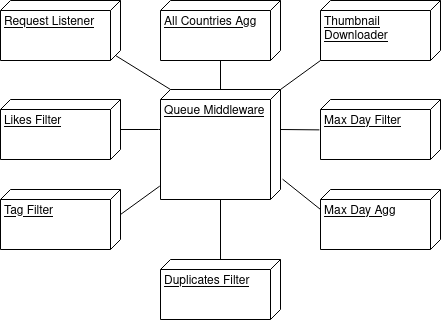
The draw.io diagram imgs/despliegue.png in FrancoBar/Distribuidos-Tp2, before a commit. Source tidied: cells renumbered, new cells last; positions are measured from the earlier drawing's top-left corner, leaving out a move shared by most shapes. Source of this version:
```xml
<mxGraphModel>
  <root>
    <mxCell id="0" />
    <mxCell id="1" parent="0" />
    <mxCell id="2" value="Queue Middleware" style="verticalAlign=top;align=left;spacingTop=8;spacingLeft=2;spacingRight=12;shape=cube;size=10;direction=south;fontStyle=4;html=1;" parent="1" vertex="1">
      <mxGeometry x="160" y="89" width="120" height="110" as="geometry" />
    </mxCell>
    <mxCell id="3" style="edgeStyle=orthogonalEdgeStyle;rounded=0;jettySize=auto;html=1;endArrow=none;endFill=0;" parent="1" edge="1" source="4" target="2">
      <mxGeometry relative="1" as="geometry" />
    </mxCell>
    <mxCell id="4" value="All Countries Agg" style="verticalAlign=top;align=left;spacingTop=8;spacingLeft=2;spacingRight=12;shape=cube;size=10;direction=south;fontStyle=4;html=1;" parent="1" vertex="1">
      <mxGeometry x="160" width="120" height="60" as="geometry" />
    </mxCell>
    <mxCell id="5" value="Request Listener" style="verticalAlign=top;align=left;spacingTop=8;spacingLeft=2;spacingRight=12;shape=cube;size=10;direction=south;fontStyle=4;html=1;" parent="1" vertex="1">
      <mxGeometry width="120" height="60" as="geometry" />
    </mxCell>
    <mxCell id="6" style="edgeStyle=orthogonalEdgeStyle;rounded=0;jettySize=auto;html=1;endArrow=none;endFill=0;" parent="1" edge="1" source="7">
      <mxGeometry relative="1" as="geometry">
        <mxPoint x="160" y="129" as="targetPoint" />
        <Array as="points">
          <mxPoint x="158" y="129" />
        </Array>
      </mxGeometry>
    </mxCell>
    <mxCell id="7" value="Likes Filter" style="verticalAlign=top;align=left;spacingTop=8;spacingLeft=2;spacingRight=12;shape=cube;size=10;direction=south;fontStyle=4;html=1;" parent="1" vertex="1">
      <mxGeometry y="99" width="120" height="60" as="geometry" />
    </mxCell>
    <mxCell id="8" value="&lt;div&gt;&lt;u&gt;Thumbnail&lt;/u&gt;&lt;/div&gt;&lt;div&gt;&lt;u&gt;Downloader&lt;/u&gt;&lt;/div&gt;" style="verticalAlign=top;align=left;spacingTop=8;spacingLeft=2;spacingRight=12;shape=cube;size=10;direction=south;fontStyle=4;html=1;" parent="1" vertex="1">
      <mxGeometry x="320" width="120" height="60" as="geometry" />
    </mxCell>
    <mxCell id="9" value="Tag Filter" style="verticalAlign=top;align=left;spacingTop=8;spacingLeft=2;spacingRight=12;shape=cube;size=10;direction=south;fontStyle=4;html=1;" parent="1" vertex="1">
      <mxGeometry y="189" width="120" height="60" as="geometry" />
    </mxCell>
    <mxCell id="10" value="Max Day Filter" style="verticalAlign=top;align=left;spacingTop=8;spacingLeft=2;spacingRight=12;shape=cube;size=10;direction=south;fontStyle=4;html=1;" parent="1" vertex="1">
      <mxGeometry x="320" y="99" width="120" height="60" as="geometry" />
    </mxCell>
    <mxCell id="11" value="Max Day Agg" style="verticalAlign=top;align=left;spacingTop=8;spacingLeft=2;spacingRight=12;shape=cube;size=10;direction=south;fontStyle=4;html=1;" parent="1" vertex="1">
      <mxGeometry x="320" y="189" width="120" height="60" as="geometry" />
    </mxCell>
    <mxCell id="12" value="Duplicates Filter" style="verticalAlign=top;align=left;spacingTop=8;spacingLeft=2;spacingRight=12;shape=cube;size=10;direction=south;fontStyle=4;html=1;" parent="1" vertex="1">
      <mxGeometry x="160" y="259" width="120" height="60" as="geometry" />
    </mxCell>
    <mxCell id="13" style="endArrow=none;html=1;rounded=0;entryX=0;entryY=0;entryDx=55;entryDy=5;entryPerimeter=0;exitX=0;exitY=0;exitDx=0;exitDy=110;exitPerimeter=0;" parent="1" edge="1" source="2" target="5">
      <mxGeometry relative="1" as="geometry" />
    </mxCell>
    <mxCell id="14" style="endArrow=none;html=1;rounded=0;exitX=0;exitY=0;exitDx=25;exitDy=0;exitPerimeter=0;entryX=0.878;entryY=1.006;entryDx=0;entryDy=0;entryPerimeter=0;" parent="1" edge="1" source="9" target="2">
      <mxGeometry relative="1" as="geometry" />
    </mxCell>
    <mxCell id="15" style="endArrow=none;html=1;rounded=0;" parent="1" edge="1">
      <mxGeometry relative="1" as="geometry">
        <mxPoint x="220" y="259" as="sourcePoint" />
        <mxPoint x="220" y="199" as="targetPoint" />
      </mxGeometry>
    </mxCell>
    <mxCell id="16" style="endArrow=none;html=1;rounded=0;entryX=0.815;entryY=-0.017;entryDx=0;entryDy=0;entryPerimeter=0;exitX=0.333;exitY=1;exitDx=0;exitDy=0;exitPerimeter=0;" parent="1" edge="1" source="11" target="2">
      <mxGeometry relative="1" as="geometry" />
    </mxCell>
    <mxCell id="17" style="endArrow=none;html=1;rounded=0;entryX=0.506;entryY=1.009;entryDx=0;entryDy=0;entryPerimeter=0;" parent="1" edge="1" target="10">
      <mxGeometry relative="1" as="geometry">
        <mxPoint x="280" y="129" as="sourcePoint" />
      </mxGeometry>
    </mxCell>
    <mxCell id="18" style="endArrow=none;html=1;rounded=0;entryX=1;entryY=1;entryDx=0;entryDy=0;entryPerimeter=0;exitX=0;exitY=0;exitDx=0;exitDy=0;exitPerimeter=0;" parent="1" edge="1" source="2" target="8">
      <mxGeometry relative="1" as="geometry" />
    </mxCell>
  </root>
</mxGraphModel>
```
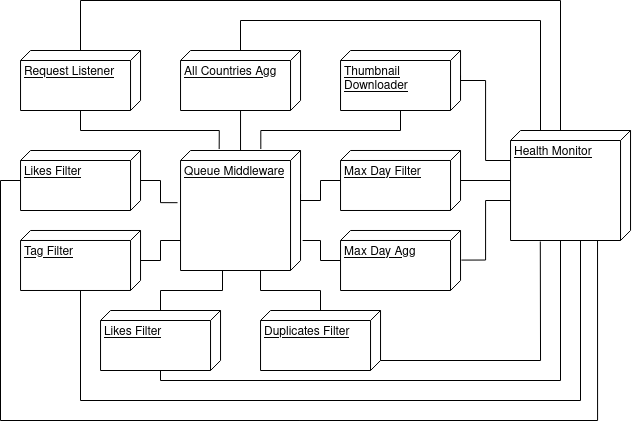
After the commit.

The edit, as a diff of the source:
```diff
@@ -3,65 +3,182 @@
     <mxCell id="0" />
     <mxCell id="1" parent="0" />
     <mxCell id="2" value="Queue Middleware" style="verticalAlign=top;align=left;spacingTop=8;spacingLeft=2;spacingRight=12;shape=cube;size=10;direction=south;fontStyle=4;html=1;" parent="1" vertex="1">
-      <mxGeometry x="160" y="89" width="120" height="110" as="geometry" />
+      <mxGeometry x="-620" y="139" width="120" height="120" as="geometry" />
     </mxCell>
     <mxCell id="3" style="edgeStyle=orthogonalEdgeStyle;rounded=0;jettySize=auto;html=1;endArrow=none;endFill=0;" parent="1" edge="1" source="4" target="2">
       <mxGeometry relative="1" as="geometry" />
     </mxCell>
+    <mxCell id="19" style="edgeStyle=orthogonalEdgeStyle;rounded=0;jettySize=auto;html=1;endArrow=none;endFill=0;" parent="1" edge="1" source="4" target="35">
+      <mxGeometry relative="1" as="geometry">
+        <Array as="points">
+          <mxPoint x="-560" y="9" />
+          <mxPoint x="-260" y="9" />
+        </Array>
+      </mxGeometry>
+    </mxCell>
     <mxCell id="4" value="All Countries Agg" style="verticalAlign=top;align=left;spacingTop=8;spacingLeft=2;spacingRight=12;shape=cube;size=10;direction=south;fontStyle=4;html=1;" parent="1" vertex="1">
-      <mxGeometry x="160" width="120" height="60" as="geometry" />
+      <mxGeometry x="-620" y="39" width="120" height="60" as="geometry" />
     </mxCell>
+    <mxCell id="20" style="edgeStyle=orthogonalEdgeStyle;rounded=0;jettySize=auto;html=1;entryX=0;entryY=0.151;entryDx=0;entryDy=0;entryPerimeter=0;endArrow=none;endFill=0;" parent="1" edge="1" source="5" target="35">
+      <mxGeometry relative="1" as="geometry">
+        <Array as="points">
+          <mxPoint x="-720" y="-11" />
+          <mxPoint x="-240" y="-11" />
+          <mxPoint x="-240" y="119" />
+        </Array>
+      </mxGeometry>
+    </mxCell>
+    <mxCell id="21" style="edgeStyle=orthogonalEdgeStyle;rounded=0;jettySize=auto;html=1;entryX=-0.012;entryY=0.678;entryDx=0;entryDy=0;entryPerimeter=0;endArrow=none;endFill=0;" parent="1" edge="1" source="5" target="2">
+      <mxGeometry relative="1" as="geometry">
+        <Array as="points">
+          <mxPoint x="-720" y="119" />
+          <mxPoint x="-581" y="119" />
+        </Array>
+      </mxGeometry>
+    </mxCell>
     <mxCell id="5" value="Request Listener" style="verticalAlign=top;align=left;spacingTop=8;spacingLeft=2;spacingRight=12;shape=cube;size=10;direction=south;fontStyle=4;html=1;" parent="1" vertex="1">
-      <mxGeometry width="120" height="60" as="geometry" />
+      <mxGeometry x="-780" y="39" width="120" height="60" as="geometry" />
     </mxCell>
-    <mxCell id="6" style="edgeStyle=orthogonalEdgeStyle;rounded=0;jettySize=auto;html=1;endArrow=none;endFill=0;" parent="1" edge="1" source="7">
-      <mxGeometry relative="1" as="geometry">
-        <mxPoint x="160" y="129" as="targetPoint" />
-        <Array as="points">
-          <mxPoint x="158" y="129" />
-        </Array>
-      </mxGeometry>
-    </mxCell>
+    <mxCell id="22" style="edgeStyle=orthogonalEdgeStyle;rounded=0;jettySize=auto;html=1;endArrow=none;endFill=0;" parent="1" edge="1" source="7">
+      <mxGeometry relative="1" as="geometry">
+        <mxPoint x="-203" y="229" as="targetPoint" />
+        <Array as="points">
+          <mxPoint x="-800" y="169" />
+          <mxPoint x="-800" y="409" />
+          <mxPoint x="-203" y="409" />
+        </Array>
+      </mxGeometry>
+    </mxCell>
+    <mxCell id="23" style="edgeStyle=orthogonalEdgeStyle;rounded=0;jettySize=auto;html=1;entryX=0.435;entryY=1.025;entryDx=0;entryDy=0;entryPerimeter=0;endArrow=none;endFill=0;" parent="1" edge="1" source="7" target="2">
+      <mxGeometry relative="1" as="geometry" />
+    </mxCell>
     <mxCell id="7" value="Likes Filter" style="verticalAlign=top;align=left;spacingTop=8;spacingLeft=2;spacingRight=12;shape=cube;size=10;direction=south;fontStyle=4;html=1;" parent="1" vertex="1">
-      <mxGeometry y="99" width="120" height="60" as="geometry" />
+      <mxGeometry x="-780" y="139" width="120" height="60" as="geometry" />
     </mxCell>
+    <mxCell id="24" style="edgeStyle=orthogonalEdgeStyle;rounded=0;jettySize=auto;html=1;entryX=-0.012;entryY=0.331;entryDx=0;entryDy=0;entryPerimeter=0;endArrow=none;endFill=0;" parent="1" edge="1" source="8" target="2">
+      <mxGeometry relative="1" as="geometry">
+        <Array as="points">
+          <mxPoint x="-400" y="119" />
+          <mxPoint x="-540" y="119" />
+        </Array>
+      </mxGeometry>
+    </mxCell>
     <mxCell id="8" value="&lt;div&gt;&lt;u&gt;Thumbnail&lt;/u&gt;&lt;/div&gt;&lt;div&gt;&lt;u&gt;Downloader&lt;/u&gt;&lt;/div&gt;" style="verticalAlign=top;align=left;spacingTop=8;spacingLeft=2;spacingRight=12;shape=cube;size=10;direction=south;fontStyle=4;html=1;" parent="1" vertex="1">
-      <mxGeometry x="320" width="120" height="60" as="geometry" />
+      <mxGeometry x="-460" y="39" width="120" height="60" as="geometry" />
     </mxCell>
+    <mxCell id="25" style="edgeStyle=orthogonalEdgeStyle;rounded=0;jettySize=auto;html=1;entryX=0.997;entryY=0.211;entryDx=0;entryDy=0;entryPerimeter=0;endArrow=none;endFill=0;" parent="1" edge="1" source="9" target="35">
+      <mxGeometry relative="1" as="geometry">
+        <Array as="points">
+          <mxPoint x="-720" y="389" />
+          <mxPoint x="-220" y="389" />
+          <mxPoint x="-220" y="229" />
+        </Array>
+      </mxGeometry>
+    </mxCell>
+    <mxCell id="26" style="edgeStyle=orthogonalEdgeStyle;rounded=0;jettySize=auto;html=1;endArrow=none;endFill=0;" parent="1" edge="1" source="9">
+      <mxGeometry relative="1" as="geometry">
+        <mxPoint x="-620" y="229" as="targetPoint" />
+        <Array as="points">
+          <mxPoint x="-640" y="249" />
+          <mxPoint x="-640" y="229" />
+          <mxPoint x="-620" y="229" />
+        </Array>
+      </mxGeometry>
+    </mxCell>
     <mxCell id="9" value="Tag Filter" style="verticalAlign=top;align=left;spacingTop=8;spacingLeft=2;spacingRight=12;shape=cube;size=10;direction=south;fontStyle=4;html=1;" parent="1" vertex="1">
-      <mxGeometry y="189" width="120" height="60" as="geometry" />
+      <mxGeometry x="-780" y="219" width="120" height="60" as="geometry" />
     </mxCell>
+    <mxCell id="27" style="edgeStyle=orthogonalEdgeStyle;rounded=0;jettySize=auto;html=1;endArrow=none;endFill=0;entryX=0;entryY=0;entryDx=110;entryDy=65;entryPerimeter=0;" parent="1" edge="1" source="29" target="35">
+      <mxGeometry relative="1" as="geometry">
+        <Array as="points">
+          <mxPoint x="-640" y="369" />
+          <mxPoint x="-240" y="369" />
+          <mxPoint x="-240" y="229" />
+        </Array>
+      </mxGeometry>
+    </mxCell>
+    <mxCell id="28" style="edgeStyle=orthogonalEdgeStyle;rounded=0;jettySize=auto;html=1;endArrow=none;endFill=0;" parent="1" edge="1" source="29">
+      <mxGeometry relative="1" as="geometry">
+        <mxPoint x="-580" y="259" as="targetPoint" />
+        <Array as="points">
+          <mxPoint x="-640" y="279" />
+          <mxPoint x="-578" y="279" />
+        </Array>
+      </mxGeometry>
+    </mxCell>
+    <mxCell id="29" value="Likes Filter" style="verticalAlign=top;align=left;spacingTop=8;spacingLeft=2;spacingRight=12;shape=cube;size=10;direction=south;fontStyle=4;html=1;" parent="1" vertex="1">
+      <mxGeometry x="-700" y="299" width="120" height="60" as="geometry" />
+    </mxCell>
+    <mxCell id="30" style="edgeStyle=orthogonalEdgeStyle;rounded=0;jettySize=auto;html=1;entryX=0.336;entryY=0.992;entryDx=0;entryDy=0;entryPerimeter=0;endArrow=none;endFill=0;" parent="1" edge="1" source="10" target="35">
+      <mxGeometry relative="1" as="geometry">
+        <Array as="points">
+          <mxPoint x="-259" y="169" />
+          <mxPoint x="-259" y="156" />
+        </Array>
+      </mxGeometry>
+    </mxCell>
+    <mxCell id="31" style="edgeStyle=orthogonalEdgeStyle;rounded=0;jettySize=auto;html=1;entryX=0.364;entryY=0;entryDx=0;entryDy=0;entryPerimeter=0;endArrow=none;endFill=0;" parent="1" edge="1" source="10" target="2">
+      <mxGeometry relative="1" as="geometry">
+        <Array as="points">
+          <mxPoint x="-480" y="169" />
+          <mxPoint x="-480" y="189" />
+          <mxPoint x="-500" y="189" />
+        </Array>
+      </mxGeometry>
+    </mxCell>
     <mxCell id="10" value="Max Day Filter" style="verticalAlign=top;align=left;spacingTop=8;spacingLeft=2;spacingRight=12;shape=cube;size=10;direction=south;fontStyle=4;html=1;" parent="1" vertex="1">
-      <mxGeometry x="320" y="99" width="120" height="60" as="geometry" />
+      <mxGeometry x="-460" y="139" width="120" height="60" as="geometry" />
     </mxCell>
+    <mxCell id="16" style="edgeStyle=orthogonalEdgeStyle;rounded=0;jettySize=auto;html=1;entryX=0.742;entryY=-0.018;entryDx=0;entryDy=0;entryPerimeter=0;endArrow=none;endFill=0;" parent="1" edge="1" source="11" target="2">
+      <mxGeometry relative="1" as="geometry">
+        <Array as="points">
+          <mxPoint x="-480" y="249" />
+          <mxPoint x="-480" y="229" />
+          <mxPoint x="-498" y="229" />
+        </Array>
+      </mxGeometry>
+    </mxCell>
     <mxCell id="11" value="Max Day Agg" style="verticalAlign=top;align=left;spacingTop=8;spacingLeft=2;spacingRight=12;shape=cube;size=10;direction=south;fontStyle=4;html=1;" parent="1" vertex="1">
-      <mxGeometry x="320" y="189" width="120" height="60" as="geometry" />
+      <mxGeometry x="-460" y="219" width="120" height="60" as="geometry" />
     </mxCell>
+    <mxCell id="32" style="edgeStyle=orthogonalEdgeStyle;rounded=0;jettySize=auto;html=1;endArrow=none;endFill=0;" parent="1" edge="1" source="12">
+      <mxGeometry relative="1" as="geometry">
+        <mxPoint x="-540" y="259" as="targetPoint" />
+        <Array as="points">
+          <mxPoint x="-480" y="279" />
+          <mxPoint x="-541" y="279" />
+        </Array>
+      </mxGeometry>
+    </mxCell>
     <mxCell id="12" value="Duplicates Filter" style="verticalAlign=top;align=left;spacingTop=8;spacingLeft=2;spacingRight=12;shape=cube;size=10;direction=south;fontStyle=4;html=1;" parent="1" vertex="1">
-      <mxGeometry x="160" y="259" width="120" height="60" as="geometry" />
+      <mxGeometry x="-540" y="299" width="120" height="60" as="geometry" />
     </mxCell>
-    <mxCell id="13" style="endArrow=none;html=1;rounded=0;entryX=0;entryY=0;entryDx=55;entryDy=5;entryPerimeter=0;exitX=0;exitY=0;exitDx=0;exitDy=110;exitPerimeter=0;" parent="1" edge="1" source="2" target="5">
-      <mxGeometry relative="1" as="geometry" />
-    </mxCell>
-    <mxCell id="14" style="endArrow=none;html=1;rounded=0;exitX=0;exitY=0;exitDx=25;exitDy=0;exitPerimeter=0;entryX=0.878;entryY=1.006;entryDx=0;entryDy=0;entryPerimeter=0;" parent="1" edge="1" source="9" target="2">
-      <mxGeometry relative="1" as="geometry" />
-    </mxCell>
-    <mxCell id="15" style="endArrow=none;html=1;rounded=0;" parent="1" edge="1">
-      <mxGeometry relative="1" as="geometry">
-        <mxPoint x="220" y="259" as="sourcePoint" />
-        <mxPoint x="220" y="199" as="targetPoint" />
-      </mxGeometry>
-    </mxCell>
-    <mxCell id="16" style="endArrow=none;html=1;rounded=0;entryX=0.815;entryY=-0.017;entryDx=0;entryDy=0;entryPerimeter=0;exitX=0.333;exitY=1;exitDx=0;exitDy=0;exitPerimeter=0;" parent="1" edge="1" source="11" target="2">
-      <mxGeometry relative="1" as="geometry" />
-    </mxCell>
-    <mxCell id="17" style="endArrow=none;html=1;rounded=0;entryX=0.506;entryY=1.009;entryDx=0;entryDy=0;entryPerimeter=0;" parent="1" edge="1" target="10">
-      <mxGeometry relative="1" as="geometry">
-        <mxPoint x="280" y="129" as="sourcePoint" />
-      </mxGeometry>
-    </mxCell>
-    <mxCell id="18" style="endArrow=none;html=1;rounded=0;entryX=1;entryY=1;entryDx=0;entryDy=0;entryPerimeter=0;exitX=0;exitY=0;exitDx=0;exitDy=0;exitPerimeter=0;" parent="1" edge="1" source="2" target="8">
-      <mxGeometry relative="1" as="geometry" />
-    </mxCell>
+    <mxCell id="33" style="edgeStyle=orthogonalEdgeStyle;rounded=0;jettySize=auto;html=1;entryX=0.493;entryY=-0.007;entryDx=0;entryDy=0;entryPerimeter=0;endArrow=none;endFill=0;" parent="1" edge="1" source="35" target="11">
+      <mxGeometry relative="1" as="geometry">
+        <Array as="points">
+          <mxPoint x="-315" y="189" />
+          <mxPoint x="-315" y="249" />
+        </Array>
+      </mxGeometry>
+    </mxCell>
+    <mxCell id="34" style="edgeStyle=orthogonalEdgeStyle;rounded=0;jettySize=auto;html=1;entryX=0;entryY=0;entryDx=25;entryDy=0;entryPerimeter=0;endArrow=none;endFill=0;" parent="1" edge="1" source="35" target="8">
+      <mxGeometry relative="1" as="geometry">
+        <Array as="points">
+          <mxPoint x="-315" y="149" />
+          <mxPoint x="-315" y="69" />
+          <mxPoint x="-340" y="69" />
+        </Array>
+      </mxGeometry>
+    </mxCell>
+    <mxCell id="35" value="Health Monitor" style="verticalAlign=top;align=left;spacingTop=8;spacingLeft=2;spacingRight=12;shape=cube;size=10;direction=south;fontStyle=4;html=1;" parent="1" vertex="1">
+      <mxGeometry x="-290" y="119" width="120" height="110" as="geometry" />
+    </mxCell>
+    <mxCell id="36" style="endArrow=none;html=1;rounded=0;entryX=0;entryY=0;entryDx=50;entryDy=0;entryPerimeter=0;exitX=1.009;exitY=0.752;exitDx=0;exitDy=0;exitPerimeter=0;" parent="1" edge="1" source="35" target="12">
+      <mxGeometry relative="1" as="geometry">
+        <Array as="points">
+          <mxPoint x="-260" y="349" />
+        </Array>
+      </mxGeometry>
+    </mxCell>
   </root>
 </mxGraphModel>
```
